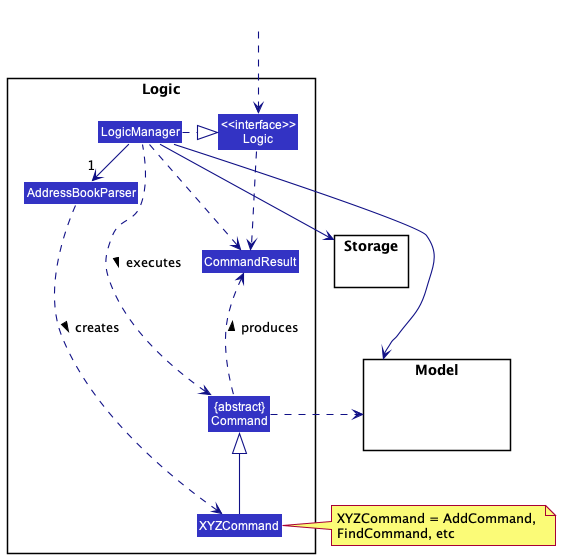
Before: docs/images/LogicClassDiagram.png, a diagram exported from PlantUML (nus-cs2103-AY2223S2/tp).
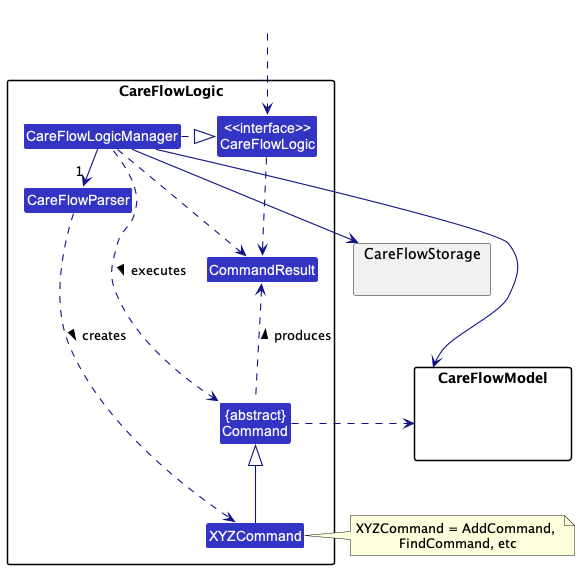
After the change.

Commit message:
Move LogicClassDiagram to images directory

Change to the diagram source:
```diff
@@ -4,43 +4,43 @@
 skinparam arrowColor LOGIC_COLOR_T4
 skinparam classBackgroundColor LOGIC_COLOR
 
-package Logic {
+package CareFlowLogic {
 
-Class AddressBookParser
+Class CareFlowParser
 Class XYZCommand
 Class CommandResult
 Class "{abstract}\nCommand" as Command
 
 
-Class "<<interface>>\nLogic" as Logic
-Class LogicManager
+Class "<<interface>>\nCareFlowLogic" as CareFlowLogic
+Class CareFlowLogicManager
 }
 
-package Model{
+package CareFlowModel{
 Class HiddenModel #FFFFFF
 }
 
-package Storage{
+package CareFlowStorage{
 }
 
 Class HiddenOutside #FFFFFF
-HiddenOutside ..> Logic
+HiddenOutside ..> CareFlowLogic
 
-LogicManager .right.|> Logic
-LogicManager -right->"1" AddressBookParser
-AddressBookParser ..> XYZCommand : creates >
+CareFlowLogicManager .right.|> CareFlowLogic
+CareFlowLogicManager -right->"1" CareFlowParser
+CareFlowParser ..> XYZCommand : creates >
 
 XYZCommand -up-|> Command
-LogicManager .left.> Command : executes >
+CareFlowLogicManager .left.> Command : executes >
 
-LogicManager --> Model
-LogicManager --> Storage
-Storage --[hidden] Model
-Command .[hidden]up.> Storage
-Command .right.> Model
+CareFlowLogicManager --> CareFlowModel
+CareFlowLogicManager --> CareFlowStorage
+CareFlowStorage --[hidden] CareFlowModel
+Command .[hidden]up.> CareFlowStorage
+Command .right.> CareFlowModel
 note right of XYZCommand: XYZCommand = AddCommand, \nFindCommand, etc
 
-Logic ..> CommandResult
-LogicManager .down.> CommandResult
+CareFlowLogic ..> CommandResult
+CareFlowLogicManager .down.> CommandResult
 Command .up.> CommandResult : produces >
 @enduml
```
